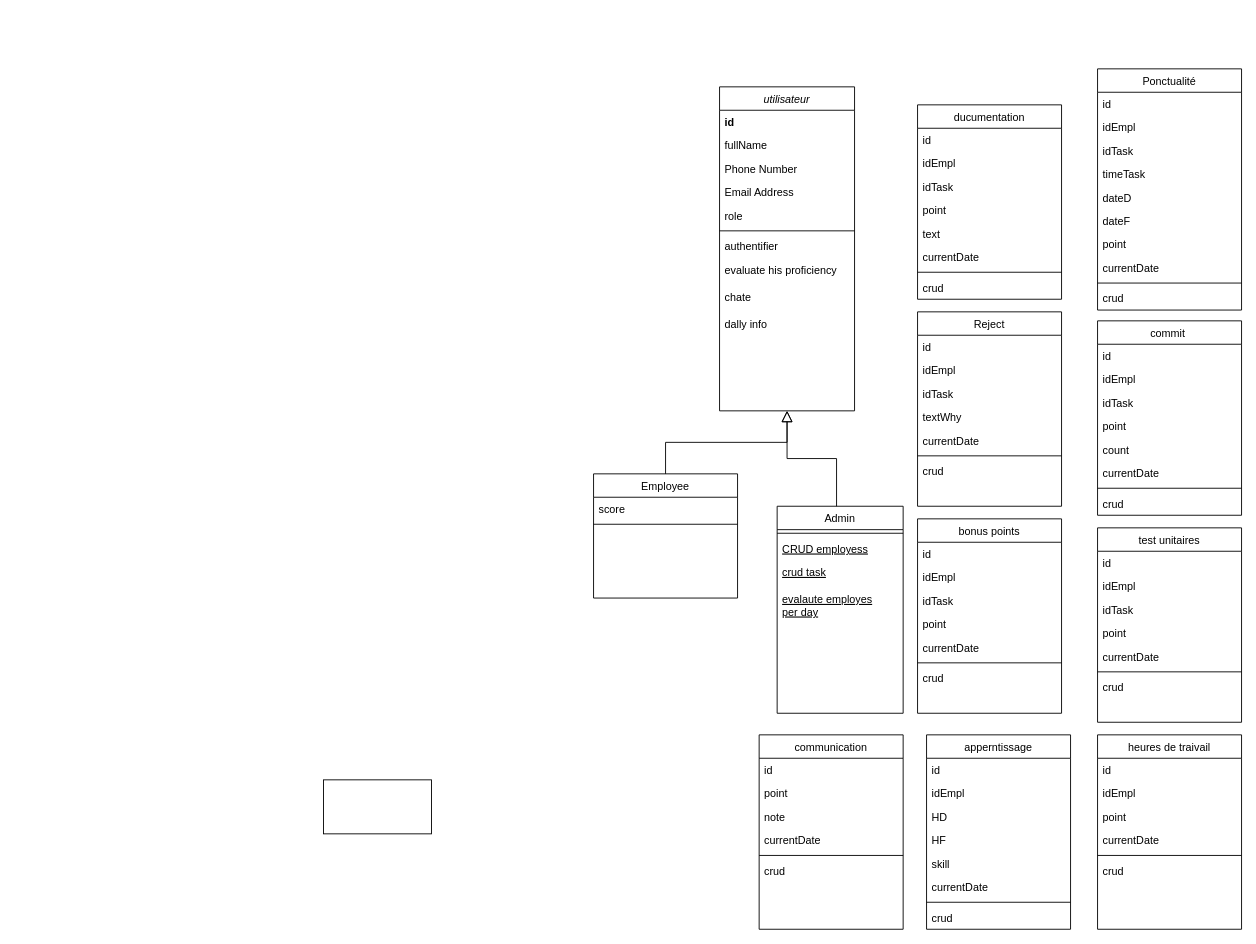
Earlier version of the draw.io diagram Diagramme sans nom.drawio (Neamitest/ex). Source tidied: cells renumbered, new cells numbered last; positions are measured from the earlier drawing's top-left corner, leaving out a move shared by most shapes. Both pictures are drawn from the tidied source at 90%, with x=0, y=0 at pixel (323, 68).
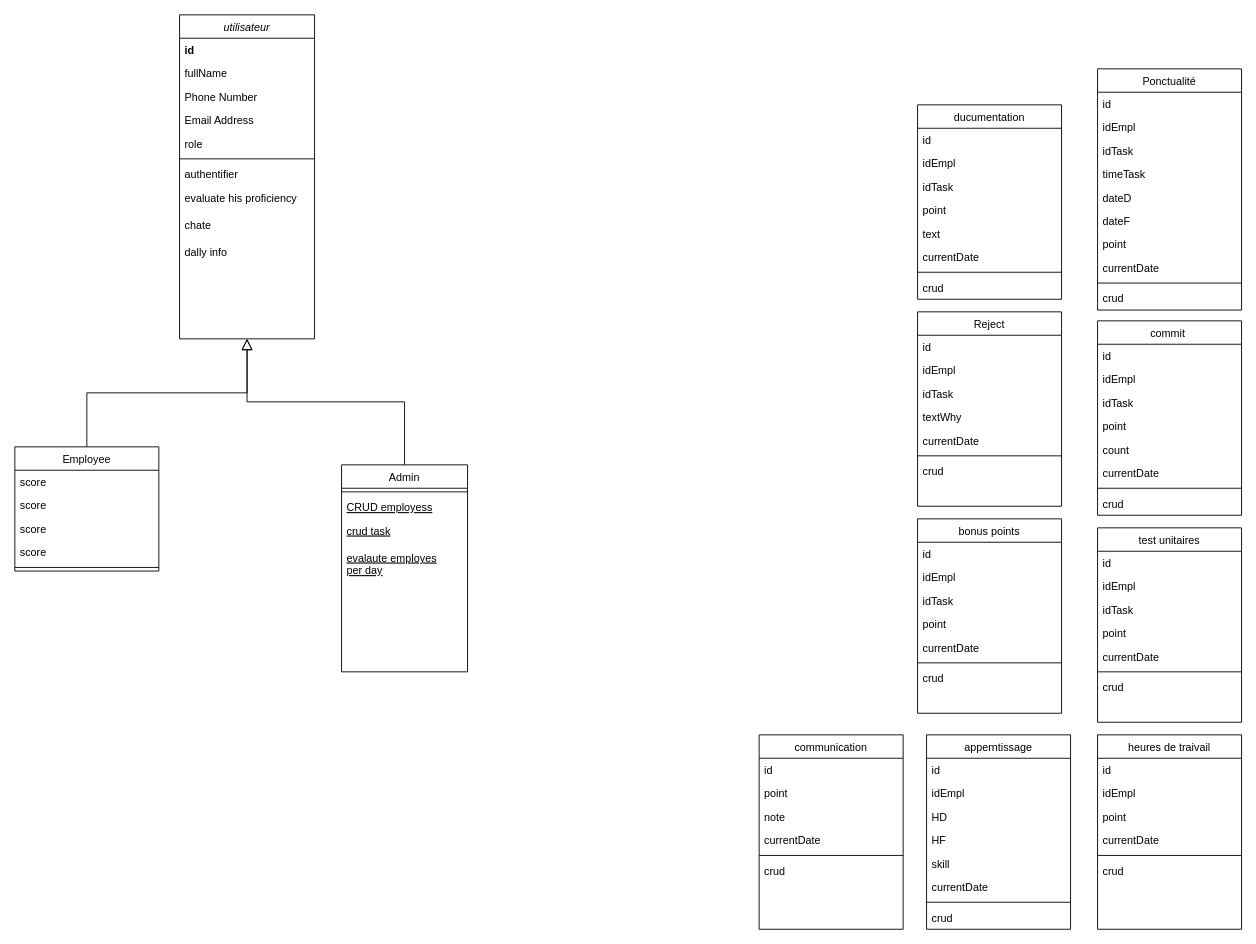
The same page after the edit.

What changed in the source:
```diff
@@
     <mxCell id="2" value="utilisateur" style="swimlane;fontStyle=2;align=center;verticalAlign=top;horizontal=1;startSize=26;rounded=0;shadow=0;strokeWidth=1;" parent="1" vertex="1">
-      <mxGeometry x="440" y="20" width="150" height="360" as="geometry" />
+      <mxGeometry x="-160" y="-60" width="150" height="360" as="geometry" />
     </mxCell>
@@
     <mxCell id="13" value="Employee" style="swimlane;fontStyle=0;align=center;verticalAlign=top;horizontal=1;startSize=26;rounded=0;shadow=0;strokeWidth=1;" parent="1" vertex="1">
-      <mxGeometry x="300" y="450" width="160" height="138" as="geometry" />
+      <mxGeometry x="-343" y="420" width="160" height="138" as="geometry" />
     </mxCell>
+    <mxCell id="100" value="score " style="text;align=left;verticalAlign=top;spacingLeft=4;spacingRight=4;overflow=hidden;" parent="13" vertex="1">
+      <mxGeometry y="26" width="160" height="26" as="geometry" />
+    </mxCell>
     <mxCell id="14" value="score " style="text;align=left;verticalAlign=top;spacingLeft=4;spacingRight=4;overflow=hidden;" parent="13" vertex="1">
-      <mxGeometry y="26" width="160" height="26" as="geometry" />
+      <mxGeometry y="52" width="160" height="26" as="geometry" />
     </mxCell>
+    <mxCell id="101" value="score " style="text;align=left;verticalAlign=top;spacingLeft=4;spacingRight=4;overflow=hidden;" parent="13" vertex="1">
+      <mxGeometry y="78" width="160" height="26" as="geometry" />
+    </mxCell>
+    <mxCell id="102" value="score " style="text;align=left;verticalAlign=top;spacingLeft=4;spacingRight=4;overflow=hidden;" parent="13" vertex="1">
+      <mxGeometry y="104" width="160" height="26" as="geometry" />
+    </mxCell>
     <mxCell id="15" style="line;html=1;strokeWidth=1;align=left;verticalAlign=middle;spacingTop=-1;spacingLeft=3;spacingRight=3;labelPosition=right;" parent="13" vertex="1">
-      <mxGeometry y="52" width="160" height="8" as="geometry" />
+      <mxGeometry y="130" width="160" height="8" as="geometry" />
     </mxCell>
@@
     <mxCell id="17" value="Admin" style="swimlane;fontStyle=0;align=center;verticalAlign=top;horizontal=1;startSize=26;rounded=0;shadow=0;strokeWidth=1;" parent="1" vertex="1">
-      <mxGeometry x="504" y="486" width="140" height="230" as="geometry" />
+      <mxGeometry x="20" y="440" width="140" height="230" as="geometry" />
     </mxCell>
@@
-    <mxCell id="22" style="endArrow=block;endSize=10;endFill=0;shadow=0;strokeWidth=1;rounded=0;edgeStyle=elbowEdgeStyle;elbow=vertical;entryX=0.5;entryY=1;entryDx=0;entryDy=0;" parent="1" edge="1" target="2">
-      <mxGeometry relative="1" as="geometry">
-        <mxPoint x="570" y="486" as="sourcePoint" />
-      </mxGeometry>
+    <mxCell id="22" style="endArrow=block;endSize=10;endFill=0;shadow=0;strokeWidth=1;rounded=0;edgeStyle=elbowEdgeStyle;elbow=vertical;entryX=0.5;entryY=1;entryDx=0;entryDy=0;" parent="1" edge="1" source="17" target="2">
+      <mxGeometry relative="1" as="geometry" />
     </mxCell>
@@
-    <mxCell id="92" style="rounded=0;whiteSpace=wrap;html=1;" parent="1" vertex="1">
-      <mxGeometry y="790" width="120" height="60" as="geometry" />
-    </mxCell>
```
